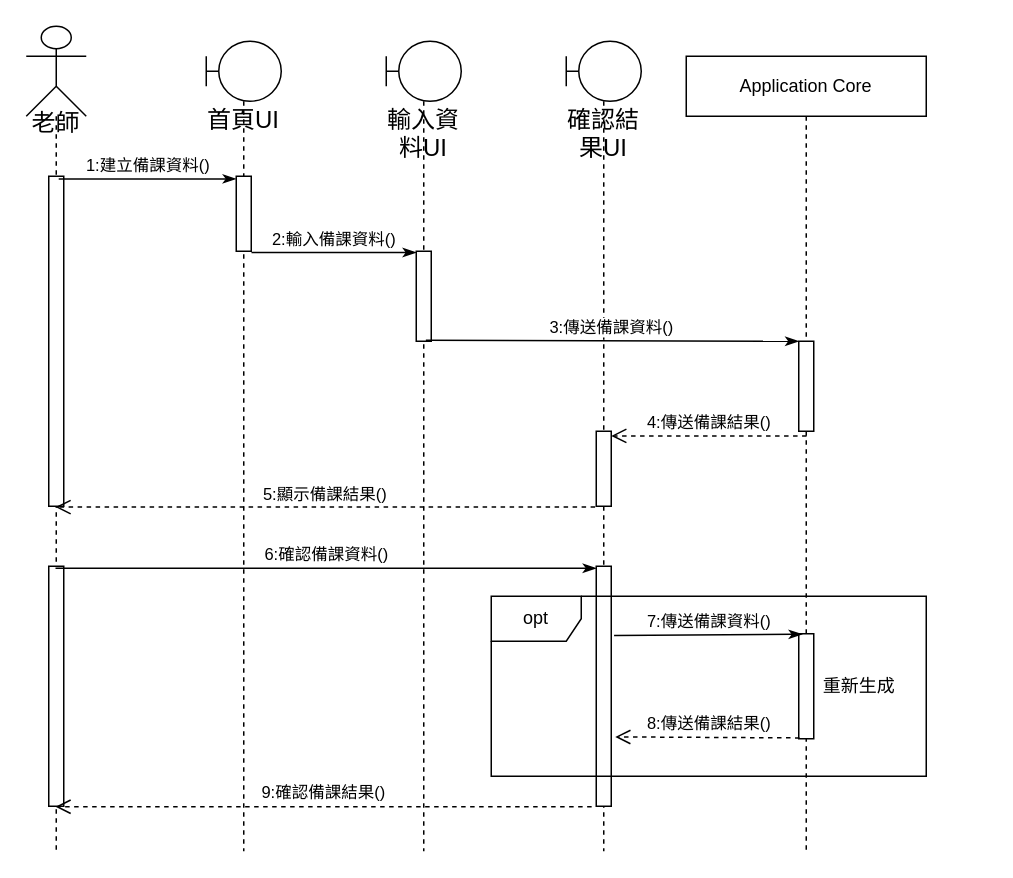
The draw.io diagram UI循序圖(蒐集備課資料).drawio in Kevincheng0804/System-analysis, before the edit. Source tidied: cells renumbered, new cells numbered last; positions are measured from the earlier drawing's top-left corner, leaving out a move shared by most shapes. Both pictures are drawn from the tidied source at 150%, with x=0, y=0 at pixel (26, 26).
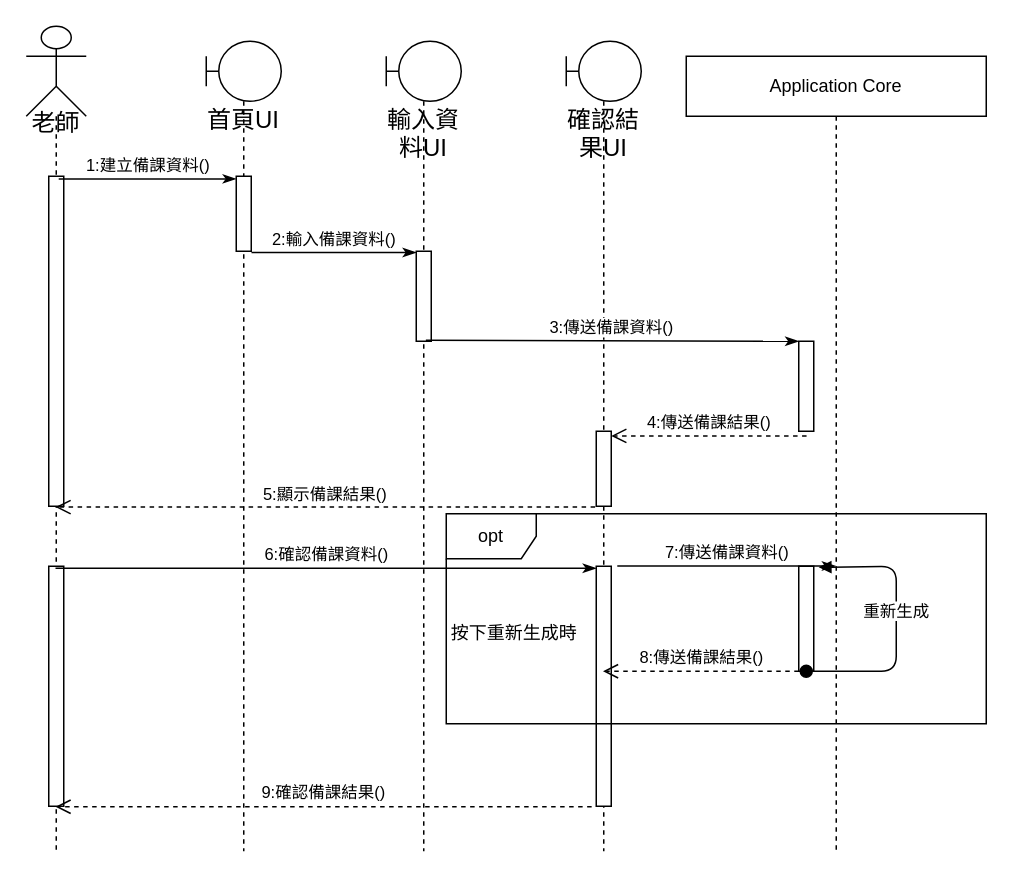
The same diagram, later.

Unchanged cells that the change refers to:
```xml
<mxCell id="2" value="&lt;p&gt;&lt;font style=&quot;font-size: 16px;&quot;&gt;老師&lt;/font&gt;&lt;/p&gt;" style="shape=umlLifeline;participant=umlActor;perimeter=lifelinePerimeter;whiteSpace=wrap;html=1;verticalAlign=top;spacingTop=36;outlineConnect=0;size=60;align=center;" parent="1" vertex="1">
  <mxGeometry width="40" height="550" as="geometry" />
</mxCell>
<mxCell id="9" value="確認結果UI" style="shape=umlLifeline;participant=umlBoundary;perimeter=lifelinePerimeter;whiteSpace=wrap;html=1;verticalAlign=top;spacingTop=36;outlineConnect=0;fontSize=16;" parent="1" vertex="1">
  <mxGeometry x="360" y="10" width="50" height="540" as="geometry" />
</mxCell>
<mxCell id="11" style="html=1;points=[];perimeter=orthogonalPerimeter;" parent="9" vertex="1">
  <mxGeometry x="20" y="350" width="10" height="160" as="geometry" />
</mxCell>
```

What changed in the source:
```diff
@@
     <mxCell id="12" value="Application Core" style="shape=umlLifeline;perimeter=lifelinePerimeter;whiteSpace=wrap;html=1;outlineConnect=0;" parent="1" vertex="1">
-      <mxGeometry x="440" y="20" width="160" height="530" as="geometry" />
+      <mxGeometry x="440" y="20" width="200" height="530" as="geometry" />
     </mxCell>
@@
     <mxCell id="14" style="html=1;points=[];perimeter=orthogonalPerimeter;" parent="12" vertex="1">
-      <mxGeometry x="75" y="385" width="10" height="70" as="geometry" />
+      <mxGeometry x="75" y="340" width="10" height="70" as="geometry" />
     </mxCell>
+    <mxCell id="23" value="8:傳送備課結果()" style="html=1;verticalAlign=bottom;endArrow=open;dashed=1;endSize=8;" parent="12" edge="1" target="9">
+      <mxGeometry relative="1" as="geometry">
+        <mxPoint x="75" y="410" as="sourcePoint" />
+      </mxGeometry>
+    </mxCell>
+    <mxCell id="24" value="重新生成" style="html=1;verticalAlign=bottom;startArrow=oval;startFill=1;endArrow=block;startSize=8;entryX=1.33;entryY=0.01;entryDx=0;entryDy=0;entryPerimeter=0;" parent="12" edge="1" target="14">
+      <mxGeometry relative="1" as="geometry">
+        <mxPoint x="80" y="410" as="sourcePoint" />
+        <Array as="points">
+          <mxPoint x="140" y="410" />
+          <mxPoint x="140" y="340" />
+        </Array>
+      </mxGeometry>
+    </mxCell>
     <mxCell id="15" value="opt" style="shape=umlFrame;whiteSpace=wrap;html=1;" parent="12" vertex="1">
-      <mxGeometry x="-130" y="360" width="290" height="120" as="geometry" />
+      <mxGeometry x="-160" y="305" width="360" height="140" as="geometry" />
     </mxCell>
@@
+    <mxCell id="25" value="9:確認備課結果()" style="html=1;verticalAlign=bottom;endArrow=open;dashed=1;endSize=8;exitX=-0.307;exitY=1.002;exitDx=0;exitDy=0;exitPerimeter=0;" parent="1" edge="1" source="11" target="2">
+      <mxGeometry relative="1" as="geometry" />
+    </mxCell>
-    <mxCell id="22" value="7:傳送備課資料()" style="html=1;verticalAlign=bottom;endArrow=classicThin;endFill=1;exitX=1.188;exitY=0.289;exitDx=0;exitDy=0;exitPerimeter=0;entryX=0.231;entryY=0.005;entryDx=0;entryDy=0;entryPerimeter=0;" parent="1" edge="1" source="11" target="14">
+    <mxCell id="22" value="7:傳送備課資料()" style="html=1;verticalAlign=bottom;endArrow=classicThin;endFill=1;exitX=1.402;exitY=-0.001;exitDx=0;exitDy=0;exitPerimeter=0;" parent="1" edge="1" source="11" target="12">
       <mxGeometry relative="1" as="geometry" />
     </mxCell>
-    <mxCell id="23" value="8:傳送備課結果()" style="html=1;verticalAlign=bottom;endArrow=open;dashed=1;endSize=8;exitX=0.052;exitY=0.992;exitDx=0;exitDy=0;exitPerimeter=0;entryX=1.269;entryY=0.711;entryDx=0;entryDy=0;entryPerimeter=0;" parent="1" edge="1" source="14" target="11">
-      <mxGeometry relative="1" as="geometry" />
-    </mxCell>
-    <mxCell id="24" value="重新生成" style="text;html=1;align=center;verticalAlign=middle;strokeColor=none;fillColor=none;" parent="1" vertex="1">
-      <mxGeometry x="520" y="425" width="70" height="30" as="geometry" />
-    </mxCell>
-    <mxCell id="25" value="9:確認備課結果()" style="html=1;verticalAlign=bottom;endArrow=open;dashed=1;endSize=8;exitX=-0.307;exitY=1.002;exitDx=0;exitDy=0;exitPerimeter=0;" parent="1" edge="1" source="11" target="2">
-      <mxGeometry relative="1" as="geometry" />
-    </mxCell>
+    <mxCell id="26" value="按下重新生成時" style="text;html=1;align=center;verticalAlign=middle;strokeColor=none;fillColor=none;" parent="1" vertex="1">
+      <mxGeometry x="270" y="390" width="110" height="30" as="geometry" />
+    </mxCell>
```
